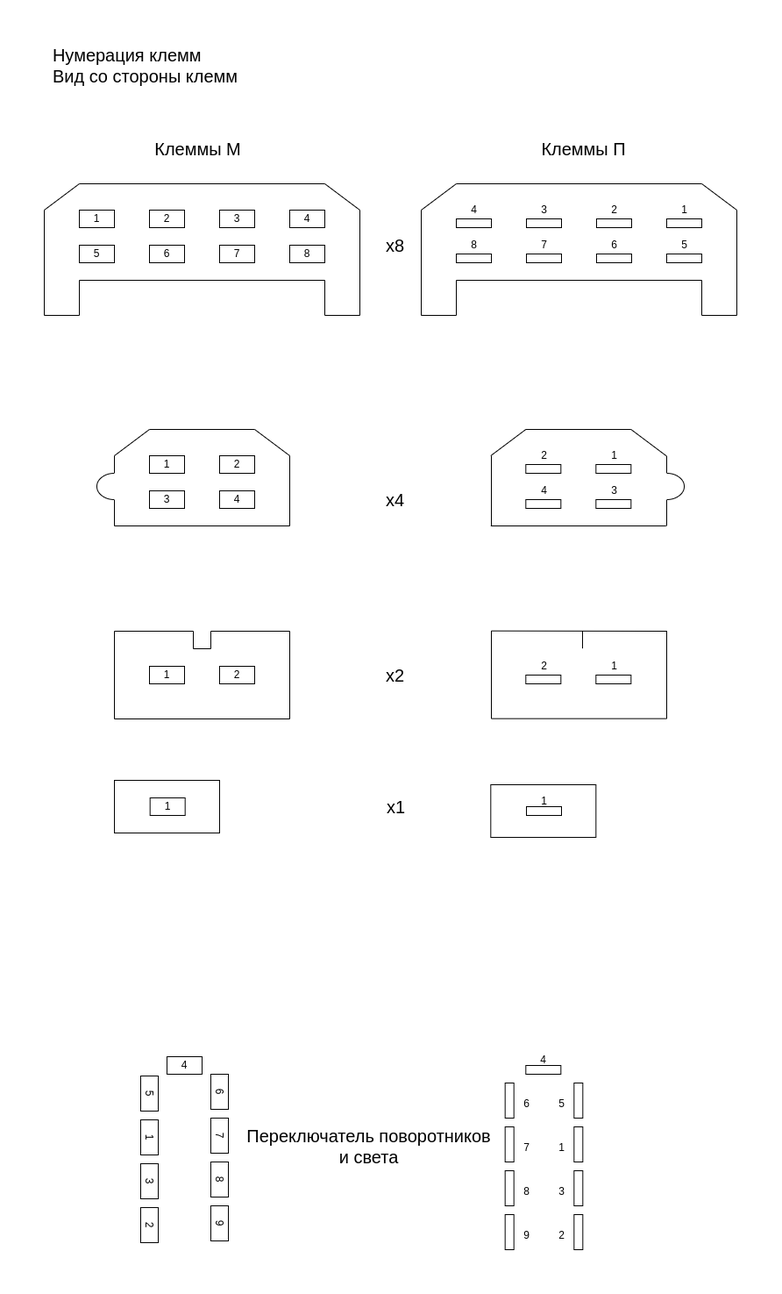
Before: updated-schematic.drawio.png, a diagram exported from draw.io (s-kanaev/gaz31105). Source tidied: cells renumbered, new cells last; positions are measured from the earlier drawing's top-left corner, leaving out a move shared by most shapes.
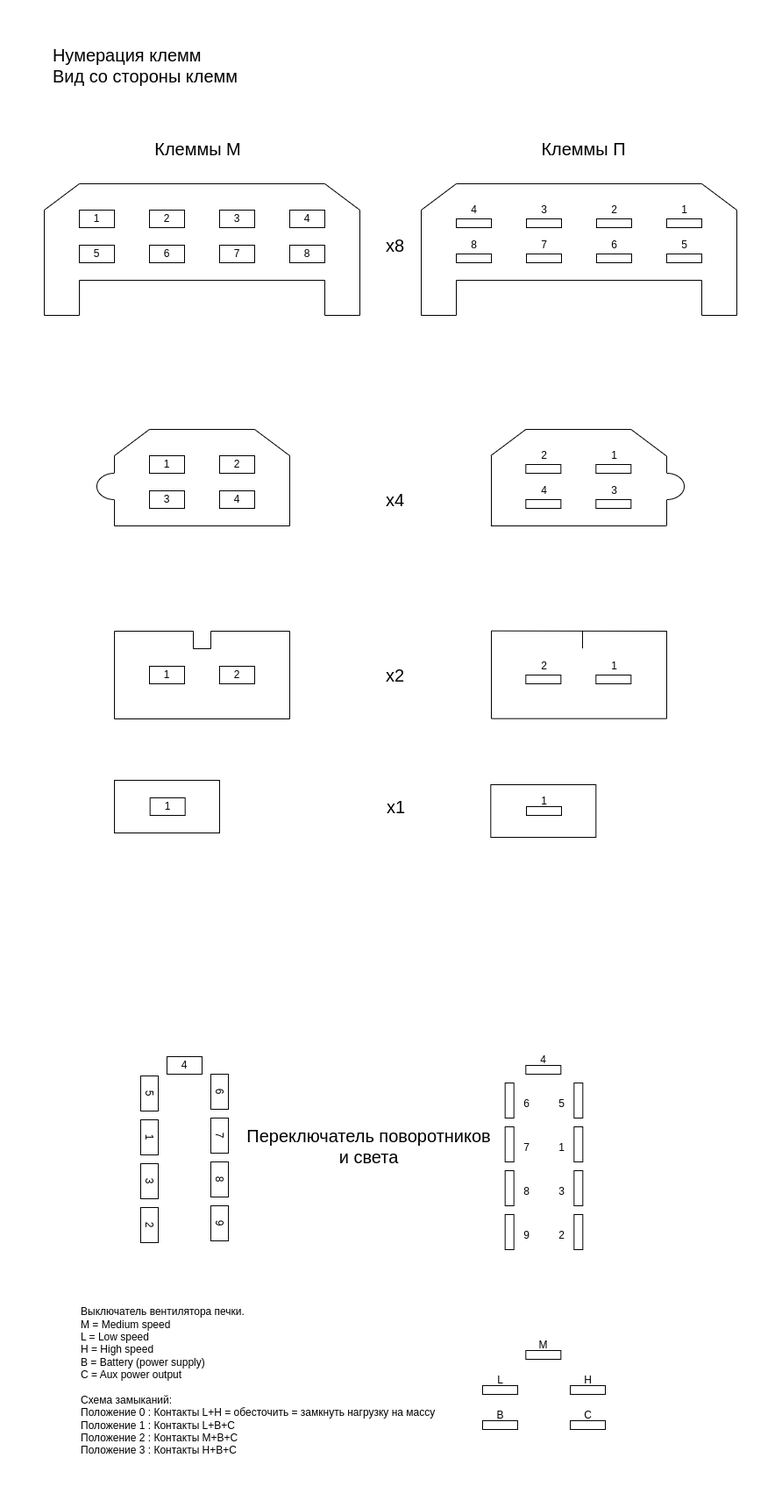
The same file after the commit.

Change to the diagram source:
```diff
@@ -536,5 +536,38 @@
     <mxCell id="132" value="&lt;font style=&quot;font-size: 20px&quot;&gt;Переключатель поворотников&lt;br&gt;и света&lt;br&gt;&lt;/font&gt;" style="text;html=1;align=center;verticalAlign=middle;strokeColor=none;fillColor=none;" parent="1" vertex="1">
       <mxGeometry x="220" y="1217" width="300" height="60" as="geometry" />
     </mxCell>
+    <mxCell id="133" style="rounded=0;whiteSpace=wrap;html=1;" parent="1" vertex="1">
+      <mxGeometry x="549.3" y="1480" width="40" height="10" as="geometry" />
+    </mxCell>
+    <mxCell id="134" value="&lt;font style=&quot;font-size: 12px&quot;&gt;M&lt;/font&gt;" style="text;html=1;align=center;verticalAlign=middle;strokeColor=none;fillColor=none;fontSize=20;" parent="1" vertex="1">
+      <mxGeometry x="554.3" y="1450" width="30" height="40" as="geometry" />
+    </mxCell>
+    <mxCell id="135" style="rounded=0;whiteSpace=wrap;html=1;" parent="1" vertex="1">
+      <mxGeometry x="500" y="1520" width="40" height="10" as="geometry" />
+    </mxCell>
+    <mxCell id="136" value="&lt;font style=&quot;font-size: 12px&quot;&gt;L&lt;/font&gt;" style="text;html=1;align=center;verticalAlign=middle;strokeColor=none;fillColor=none;fontSize=20;" parent="1" vertex="1">
+      <mxGeometry x="505" y="1490" width="30" height="40" as="geometry" />
+    </mxCell>
+    <mxCell id="137" style="rounded=0;whiteSpace=wrap;html=1;" parent="1" vertex="1">
+      <mxGeometry x="600" y="1520" width="40" height="10" as="geometry" />
+    </mxCell>
+    <mxCell id="138" value="&lt;font style=&quot;font-size: 12px&quot;&gt;H&lt;/font&gt;" style="text;html=1;align=center;verticalAlign=middle;strokeColor=none;fillColor=none;fontSize=20;" parent="1" vertex="1">
+      <mxGeometry x="605" y="1490" width="30" height="40" as="geometry" />
+    </mxCell>
+    <mxCell id="139" style="rounded=0;whiteSpace=wrap;html=1;" parent="1" vertex="1">
+      <mxGeometry x="500" y="1560" width="40" height="10" as="geometry" />
+    </mxCell>
+    <mxCell id="140" value="&lt;font style=&quot;font-size: 12px&quot;&gt;B&lt;/font&gt;" style="text;html=1;align=center;verticalAlign=middle;strokeColor=none;fillColor=none;fontSize=20;" parent="1" vertex="1">
+      <mxGeometry x="505" y="1530" width="30" height="40" as="geometry" />
+    </mxCell>
+    <mxCell id="141" style="rounded=0;whiteSpace=wrap;html=1;" parent="1" vertex="1">
+      <mxGeometry x="600" y="1560" width="40" height="10" as="geometry" />
+    </mxCell>
+    <mxCell id="142" value="&lt;font style=&quot;font-size: 12px&quot;&gt;C&lt;/font&gt;" style="text;html=1;align=center;verticalAlign=middle;strokeColor=none;fillColor=none;fontSize=20;" parent="1" vertex="1">
+      <mxGeometry x="605" y="1530" width="30" height="40" as="geometry" />
+    </mxCell>
+    <mxCell id="143" value="&lt;div style=&quot;&quot;&gt;Выключатель вентилятора печки.&lt;/div&gt;&lt;div style=&quot;&quot;&gt;M = Medium speed&lt;/div&gt;&lt;div style=&quot;&quot;&gt;L = Low speed&lt;/div&gt;&lt;div style=&quot;&quot;&gt;H = High speed&lt;/div&gt;&lt;div style=&quot;&quot;&gt;B = Battery (power supply)&lt;/div&gt;&lt;div style=&quot;&quot;&gt;C = Aux power output&lt;/div&gt;&lt;div style=&quot;&quot;&gt;&lt;br&gt;&lt;/div&gt;&lt;div style=&quot;&quot;&gt;Схема замыканий:&lt;/div&gt;&lt;div style=&quot;&quot;&gt;Положение 0 : Контакты L+H = обесточить = замкнуть нагрузку на массу&lt;/div&gt;&lt;div style=&quot;&quot;&gt;Положение 1 : Контакты L+B+C&lt;/div&gt;&lt;div style=&quot;&quot;&gt;Положение 2 : Контакты M+B+C&lt;/div&gt;&lt;div style=&quot;&quot;&gt;Положение 3 : Контакты H+B+C&lt;/div&gt;" style="text;html=1;align=left;verticalAlign=middle;strokeColor=none;fillColor=none;" parent="1" vertex="1">
+      <mxGeometry x="40" y="1420" width="430" height="190" as="geometry" />
+    </mxCell>
   </root>
 </mxGraphModel>
```
